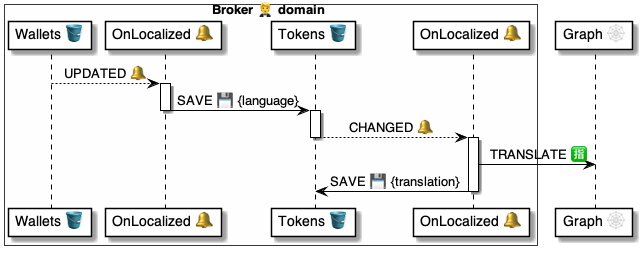
The PlantUML diagram 4 ⚙️ Solution/20 🧑‍🦰 UI/Brokers 🤵/🤵🪣 Broker tables/Tokens 🎫 table/🪣🔔 5 Localized/🤵 OnTokenLocalized ⚙️ uml.png in pollyweb-org/pollyweb-docs, before a commit. Its source is kept beside it as 4 ⚙️ Solution/20 🧑‍🦰 UI/Brokers 🤵/🤵🪣 Broker tables/Tokens 🎫 table/🪣🔔 5 Localized/🤵 OnTokenLocalized ⚙️ uml.puml.
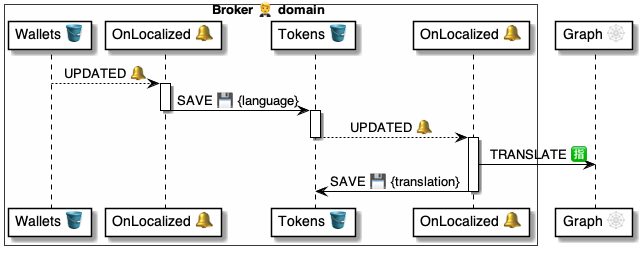
The same diagram one commit later.

What changed in the source:
```diff
@@ -15,7 +15,7 @@
 deactivate script
 
 activate tokens
-    tokens --> handler: CHANGED 🔔
+    tokens --> handler: UPDATED 🔔
 deactivate tokens
 
 activate handler
```
